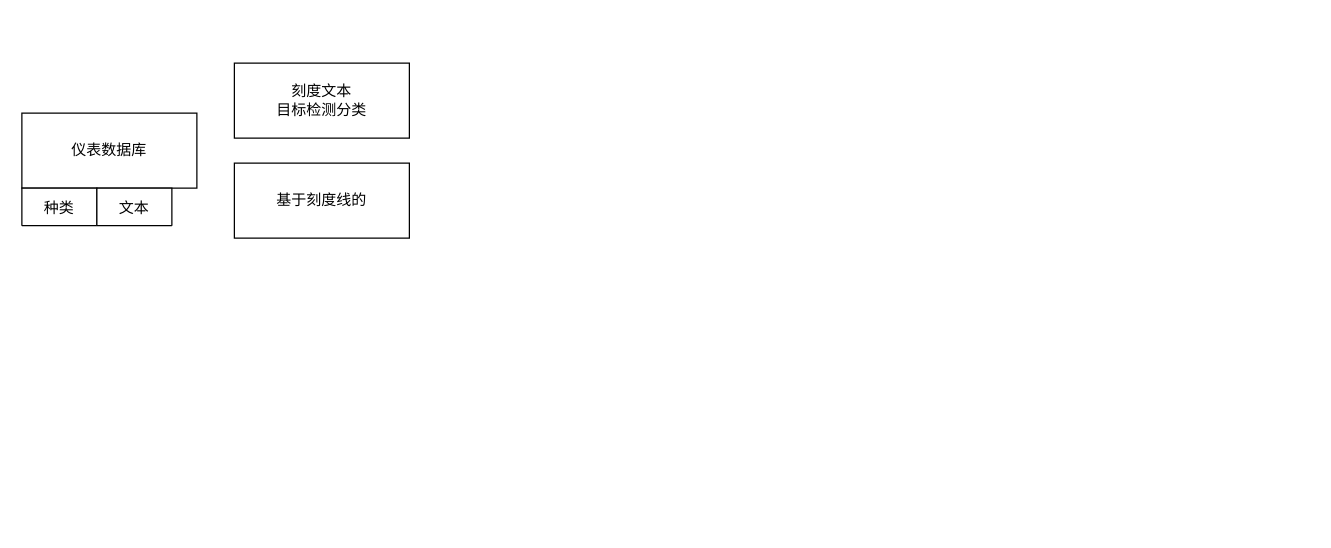
The draw.io diagram Untitled Diagram.drawio in paleblackless/diagrams, before the edit. Source tidied: cells renumbered, new cells numbered last; positions are measured from the earlier drawing's top-left corner, leaving out a move shared by most shapes. Both pictures are drawn from the tidied source at 125%, with x=0, y=0 at pixel (21, 62).
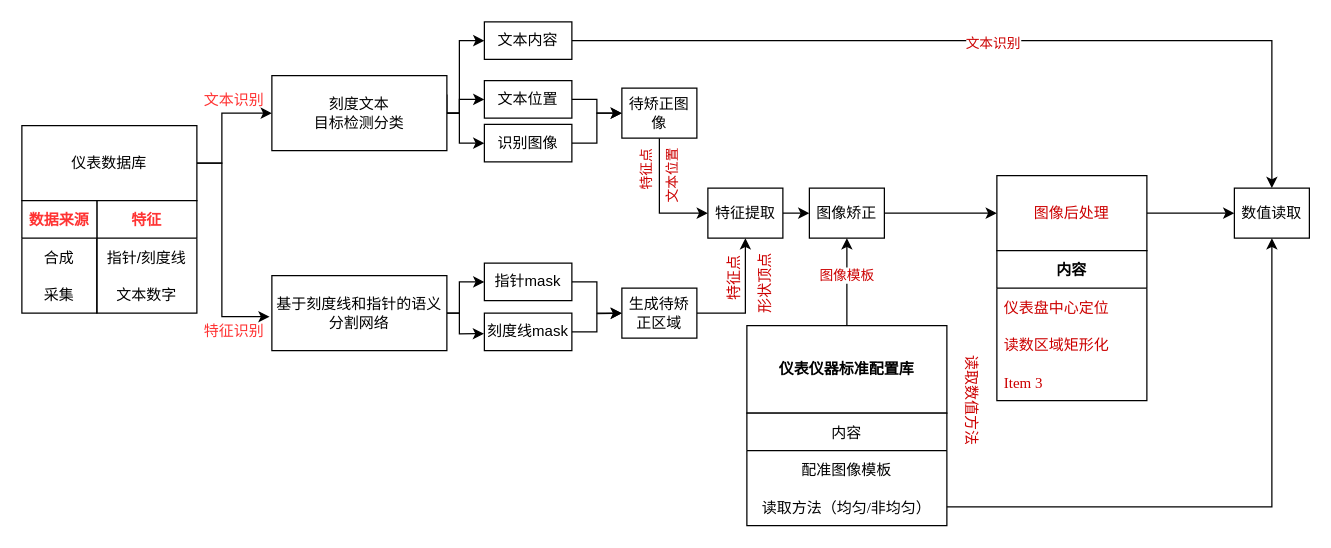
After the change.

Change to the diagram source:
```diff
@@
+    <mxCell id="7" style="edgeStyle=orthogonalEdgeStyle;rounded=0;jettySize=auto;html=1;entryX=0;entryY=0.5;entryDx=0;entryDy=0;fontFamily=Times New Roman;fontColor=#FF3333;" parent="1" edge="1" source="2" target="4">
+      <mxGeometry relative="1" as="geometry">
+        <Array as="points">
+          <mxPoint x="160" y="80" />
+          <mxPoint x="160" y="40" />
+        </Array>
+      </mxGeometry>
+    </mxCell>
+    <mxCell id="8" style="edgeStyle=orthogonalEdgeStyle;rounded=0;jettySize=auto;html=1;exitX=1;exitY=0.5;exitDx=0;exitDy=0;entryX=-0.013;entryY=0.547;entryDx=0;entryDy=0;entryPerimeter=0;fontFamily=Times New Roman;fontColor=#FF3333;" parent="1" edge="1" source="2" target="5">
+      <mxGeometry relative="1" as="geometry">
+        <Array as="points">
+          <mxPoint x="160" y="80" />
+          <mxPoint x="160" y="203" />
+        </Array>
+      </mxGeometry>
+    </mxCell>
     <mxCell id="2" value="仪表数据库" style="rounded=0;whiteSpace=wrap;html=1;" parent="1" vertex="1">
-      <mxGeometry y="40" width="140" height="60" as="geometry" />
+      <mxGeometry y="50" width="140" height="60" as="geometry" />
     </mxCell>
-    <mxCell id="3" value="种类" style="swimlane;fontStyle=0;horizontal=1;startSize=30;" parent="1" vertex="1" collapsed="1">
-      <mxGeometry y="100" width="60" height="30" as="geometry" />
-    </mxCell>
+    <mxCell id="9" style="edgeStyle=orthogonalEdgeStyle;rounded=0;jettySize=auto;html=1;exitX=1;exitY=0.5;exitDx=0;exitDy=0;entryX=0;entryY=0.5;entryDx=0;entryDy=0;fontFamily=Times New Roman;fontColor=#FF3333;" parent="1" edge="1" source="4" target="29">
+      <mxGeometry relative="1" as="geometry">
+        <Array as="points">
+          <mxPoint x="350" y="40" />
+          <mxPoint x="350" y="-18" />
+        </Array>
+      </mxGeometry>
+    </mxCell>
+    <mxCell id="10" style="edgeStyle=orthogonalEdgeStyle;rounded=0;jettySize=auto;html=1;exitX=1;exitY=0.25;exitDx=0;exitDy=0;entryX=0;entryY=0.5;entryDx=0;entryDy=0;fontFamily=Times New Roman;fontColor=#FF3333;" parent="1" edge="1" source="4" target="25">
+      <mxGeometry relative="1" as="geometry">
+        <Array as="points">
+          <mxPoint x="340" y="40" />
+          <mxPoint x="350" y="40" />
+          <mxPoint x="350" y="29" />
+        </Array>
+      </mxGeometry>
+    </mxCell>
+    <mxCell id="11" style="edgeStyle=orthogonalEdgeStyle;rounded=0;jettySize=auto;html=1;exitX=1;exitY=0.5;exitDx=0;exitDy=0;entryX=0;entryY=0.5;entryDx=0;entryDy=0;fontFamily=Times New Roman;fontColor=#CC0000;" parent="1" edge="1" source="4" target="45">
+      <mxGeometry relative="1" as="geometry">
+        <Array as="points">
+          <mxPoint x="350" y="40" />
+          <mxPoint x="350" y="64" />
+        </Array>
+      </mxGeometry>
+    </mxCell>
     <mxCell id="4" value="刻度文本&lt;br&gt;目标检测分类" style="rounded=0;whiteSpace=wrap;html=1;" parent="1" vertex="1">
-      <mxGeometry x="170" width="140" height="60" as="geometry" />
+      <mxGeometry x="200" y="10" width="140" height="60" as="geometry" />
     </mxCell>
+    <mxCell id="12" style="edgeStyle=orthogonalEdgeStyle;rounded=0;jettySize=auto;html=1;exitX=1;exitY=0.5;exitDx=0;exitDy=0;entryX=0;entryY=0.5;entryDx=0;entryDy=0;fontFamily=Times New Roman;fontColor=#FF3333;" parent="1" edge="1" source="5" target="31">
+      <mxGeometry relative="1" as="geometry">
+        <Array as="points">
+          <mxPoint x="350" y="200" />
+          <mxPoint x="350" y="175" />
+        </Array>
+      </mxGeometry>
+    </mxCell>
+    <mxCell id="13" style="edgeStyle=orthogonalEdgeStyle;rounded=0;jettySize=auto;html=1;exitX=1;exitY=0.5;exitDx=0;exitDy=0;entryX=-0.004;entryY=0.549;entryDx=0;entryDy=0;entryPerimeter=0;fontFamily=Times New Roman;fontColor=#FF3333;" parent="1" edge="1" source="5" target="33">
+      <mxGeometry relative="1" as="geometry">
+        <Array as="points">
+          <mxPoint x="350" y="200" />
+          <mxPoint x="350" y="217" />
+        </Array>
+      </mxGeometry>
+    </mxCell>
-    <mxCell id="5" value="基于刻度线的" style="rounded=0;whiteSpace=wrap;html=1;" parent="1" vertex="1">
-      <mxGeometry x="170" y="80" width="140" height="60" as="geometry" />
+    <mxCell id="5" value="基于刻度线和指针的语义分割网络" style="rounded=0;whiteSpace=wrap;html=1;" parent="1" vertex="1">
+      <mxGeometry x="200" y="170" width="140" height="60" as="geometry" />
     </mxCell>
-    <mxCell id="6" value="文本" style="swimlane;fontStyle=0;horizontal=1;startSize=30;align=center;" parent="1" vertex="1" collapsed="1">
-      <mxGeometry x="60" y="100" width="60" height="30" as="geometry" />
-    </mxCell>
+    <mxCell id="14" style="edgeStyle=orthogonalEdgeStyle;rounded=0;jettySize=auto;html=1;exitX=1;exitY=0.5;exitDx=0;exitDy=0;entryX=0;entryY=0.5;entryDx=0;entryDy=0;fontFamily=Times New Roman;fontColor=#000000;startArrow=none;" parent="1" edge="1" source="56" target="23">
+      <mxGeometry relative="1" as="geometry" />
+    </mxCell>
+    <mxCell id="15" style="edgeStyle=orthogonalEdgeStyle;rounded=0;jettySize=auto;html=1;exitX=1;exitY=0.5;exitDx=0;exitDy=0;entryX=0;entryY=0.5;entryDx=0;entryDy=0;fontFamily=Times New Roman;fontColor=#CC0000;" parent="1" edge="1" source="16" target="56">
+      <mxGeometry relative="1" as="geometry" />
+    </mxCell>
+    <mxCell id="16" value="图像矫正" style="rounded=0;whiteSpace=wrap;html=1;align=center;" parent="1" vertex="1">
+      <mxGeometry x="630" y="100" width="60" height="40" as="geometry" />
+    </mxCell>
+    <mxCell id="17" value="特征" style="swimlane;fontStyle=1;horizontal=1;startSize=30;fontColor=#FF3333;" parent="1" vertex="1">
+      <mxGeometry x="60" y="110" width="80" height="90" as="geometry" />
+    </mxCell>
+    <mxCell id="18" value="指针/刻度线" style="text;strokeColor=none;fillColor=none;align=center;verticalAlign=middle;spacingLeft=4;spacingRight=4;overflow=hidden;" parent="17" vertex="1">
+      <mxGeometry y="30" width="80" height="30" as="geometry" />
+    </mxCell>
+    <mxCell id="19" value="文本数字" style="text;strokeColor=none;fillColor=none;align=center;verticalAlign=middle;spacingLeft=4;spacingRight=4;overflow=hidden;" parent="17" vertex="1">
+      <mxGeometry y="60" width="80" height="30" as="geometry" />
+    </mxCell>
+    <mxCell id="20" value="数据来源" style="swimlane;fontStyle=1;horizontal=1;startSize=30;align=center;fontColor=#FF3333;" parent="1" vertex="1">
+      <mxGeometry y="110" width="60" height="90" as="geometry" />
+    </mxCell>
+    <mxCell id="21" value="合成" style="text;strokeColor=none;fillColor=none;align=center;verticalAlign=middle;spacingLeft=4;spacingRight=4;overflow=hidden;" parent="20" vertex="1">
+      <mxGeometry y="30" width="60" height="30" as="geometry" />
+    </mxCell>
+    <mxCell id="22" value="采集" style="text;strokeColor=none;fillColor=none;align=center;verticalAlign=middle;spacingLeft=4;spacingRight=4;overflow=hidden;" parent="20" vertex="1">
+      <mxGeometry y="60" width="60" height="30" as="geometry" />
+    </mxCell>
+    <mxCell id="23" value="数值读取" style="rounded=0;whiteSpace=wrap;html=1;align=center;" parent="1" vertex="1">
+      <mxGeometry x="970" y="100" width="60" height="40" as="geometry" />
+    </mxCell>
+    <mxCell id="24" style="edgeStyle=orthogonalEdgeStyle;rounded=0;jettySize=auto;html=1;exitX=1;exitY=0.5;exitDx=0;exitDy=0;entryX=0;entryY=0.5;entryDx=0;entryDy=0;fontFamily=Times New Roman;fontColor=#FF3333;" parent="1" edge="1" source="25" target="35">
+      <mxGeometry relative="1" as="geometry" />
+    </mxCell>
+    <mxCell id="25" value="文本位置" style="rounded=0;whiteSpace=wrap;html=1;" parent="1" vertex="1">
+      <mxGeometry x="370" y="14" width="70" height="30" as="geometry" />
+    </mxCell>
+    <mxCell id="26" style="edgeStyle=orthogonalEdgeStyle;rounded=0;orthogonalLoop=1;jettySize=auto;html=1;exitX=0.5;exitY=1;exitDx=0;exitDy=0;fontFamily=Times New Roman;fontColor=#FF3333;" parent="1" edge="1">
+      <mxGeometry relative="1" as="geometry">
+        <mxPoint x="405" y="-3" as="sourcePoint" />
+        <mxPoint x="405" y="-3" as="targetPoint" />
+      </mxGeometry>
+    </mxCell>
+    <mxCell id="27" style="edgeStyle=orthogonalEdgeStyle;rounded=0;jettySize=auto;html=1;exitX=1;exitY=0.5;exitDx=0;exitDy=0;entryX=0.5;entryY=0;entryDx=0;entryDy=0;fontFamily=Times New Roman;fontColor=#CC0000;" parent="1" edge="1" source="29" target="23">
+      <mxGeometry relative="1" as="geometry" />
+    </mxCell>
+    <mxCell id="28" value="文本识别" style="edgeLabel;html=1;align=center;verticalAlign=middle;fontFamily=Times New Roman;fontColor=#CC0000;" parent="27" vertex="1">
+      <mxGeometry x="-0.01" y="-1" relative="1" as="geometry" />
+    </mxCell>
+    <mxCell id="29" value="文本内容" style="rounded=0;whiteSpace=wrap;html=1;" parent="1" vertex="1">
+      <mxGeometry x="370" y="-33" width="70" height="30" as="geometry" />
+    </mxCell>
+    <mxCell id="30" style="edgeStyle=orthogonalEdgeStyle;rounded=0;jettySize=auto;html=1;exitX=1;exitY=0.5;exitDx=0;exitDy=0;entryX=0;entryY=0.5;entryDx=0;entryDy=0;fontFamily=Times New Roman;fontColor=#CC0000;" parent="1" edge="1" source="31" target="47">
+      <mxGeometry relative="1" as="geometry" />
+    </mxCell>
+    <mxCell id="31" value="指针mask" style="rounded=0;whiteSpace=wrap;html=1;" parent="1" vertex="1">
+      <mxGeometry x="370" y="160" width="70" height="30" as="geometry" />
+    </mxCell>
+    <mxCell id="32" style="edgeStyle=orthogonalEdgeStyle;rounded=0;jettySize=auto;html=1;exitX=1;exitY=0.5;exitDx=0;exitDy=0;fontFamily=Times New Roman;fontColor=#CC0000;" parent="1" edge="1" source="33">
+      <mxGeometry relative="1" as="geometry">
+        <mxPoint x="480" y="200" as="targetPoint" />
+      </mxGeometry>
+    </mxCell>
+    <mxCell id="33" value="刻度线mask" style="rounded=0;whiteSpace=wrap;html=1;" parent="1" vertex="1">
+      <mxGeometry x="370" y="200" width="70" height="30" as="geometry" />
+    </mxCell>
+    <mxCell id="34" style="edgeStyle=orthogonalEdgeStyle;rounded=0;jettySize=auto;html=1;exitX=0.5;exitY=1;exitDx=0;exitDy=0;entryX=0;entryY=0.5;entryDx=0;entryDy=0;fontFamily=Times New Roman;fontColor=#CC0000;" parent="1" edge="1" source="35" target="49">
+      <mxGeometry x="-0.33" y="-20" relative="1" as="geometry" />
+    </mxCell>
+    <mxCell id="35" value="待矫正图像" style="rounded=0;whiteSpace=wrap;html=1;align=center;" parent="1" vertex="1">
+      <mxGeometry x="480" y="20" width="60" height="40" as="geometry" />
+    </mxCell>
+    <mxCell id="36" value="文本识别" style="text;html=1;strokeColor=none;fillColor=none;align=center;verticalAlign=middle;whiteSpace=wrap;rounded=0;fontFamily=Times New Roman;fontColor=#FF3333;" parent="1" vertex="1">
+      <mxGeometry x="140" y="20" width="60" height="20" as="geometry" />
+    </mxCell>
+    <mxCell id="37" value="特征识别" style="text;html=1;strokeColor=none;fillColor=none;align=center;verticalAlign=middle;whiteSpace=wrap;rounded=0;fontFamily=Times New Roman;fontColor=#FF3333;" parent="1" vertex="1">
+      <mxGeometry x="140" y="205" width="60" height="20" as="geometry" />
+    </mxCell>
+    <mxCell id="38" style="edgeStyle=orthogonalEdgeStyle;rounded=0;jettySize=auto;html=1;exitX=0.5;exitY=0;exitDx=0;exitDy=0;entryX=0.5;entryY=1;entryDx=0;entryDy=0;fontFamily=Times New Roman;fontColor=#000000;" parent="1" edge="1" source="40" target="16">
+      <mxGeometry relative="1" as="geometry" />
+    </mxCell>
+    <mxCell id="39" value="图像模板" style="edgeLabel;html=1;align=center;verticalAlign=middle;fontFamily=Times New Roman;fontColor=#CC0000;" parent="38" vertex="1">
+      <mxGeometry x="0.18" y="1" relative="1" as="geometry" />
+    </mxCell>
+    <mxCell id="40" value="仪表仪器标准配置库" style="rounded=0;whiteSpace=wrap;html=1;fontFamily=Times New Roman;fontColor=#000000;align=center;fontStyle=1;" parent="1" vertex="1">
+      <mxGeometry x="580" y="210" width="160" height="70" as="geometry" />
+    </mxCell>
+    <mxCell id="41" value="内容" style="swimlane;fontStyle=0;horizontal=1;startSize=30;fontFamily=Times New Roman;fontColor=#000000;align=center;" parent="1" vertex="1">
+      <mxGeometry x="580" y="280" width="160" height="90" as="geometry" />
+    </mxCell>
+    <mxCell id="42" value="配准图像模板" style="text;strokeColor=none;fillColor=none;align=center;verticalAlign=middle;spacingLeft=4;spacingRight=4;overflow=hidden;fontFamily=Times New Roman;fontColor=#000000;" parent="41" vertex="1">
+      <mxGeometry y="30" width="160" height="30" as="geometry" />
+    </mxCell>
+    <mxCell id="43" value="读取方法（均匀/非均匀）" style="text;strokeColor=none;fillColor=none;align=center;verticalAlign=middle;spacingLeft=4;spacingRight=4;overflow=hidden;points=[[0,0.5],[1,0.5]];portConstraint=eastwest;fontFamily=Times New Roman;fontColor=#000000;" parent="41" vertex="1">
+      <mxGeometry y="60" width="160" height="30" as="geometry" />
+    </mxCell>
+    <mxCell id="44" style="edgeStyle=orthogonalEdgeStyle;rounded=0;jettySize=auto;html=1;exitX=1;exitY=0.5;exitDx=0;exitDy=0;entryX=0;entryY=0.5;entryDx=0;entryDy=0;fontFamily=Times New Roman;fontColor=#CC0000;" parent="1" edge="1" source="45" target="35">
+      <mxGeometry relative="1" as="geometry" />
+    </mxCell>
+    <mxCell id="45" value="识别图像" style="rounded=0;whiteSpace=wrap;html=1;" parent="1" vertex="1">
+      <mxGeometry x="370" y="49" width="70" height="30" as="geometry" />
+    </mxCell>
+    <mxCell id="46" style="edgeStyle=orthogonalEdgeStyle;rounded=0;jettySize=auto;html=1;exitX=1;exitY=0.5;exitDx=0;exitDy=0;entryX=0.5;entryY=1;entryDx=0;entryDy=0;fontFamily=Times New Roman;fontColor=#CC0000;" parent="1" edge="1" source="47" target="49">
+      <mxGeometry relative="1" as="geometry" />
+    </mxCell>
+    <mxCell id="47" value="生成待矫正区域" style="rounded=0;whiteSpace=wrap;html=1;align=center;" parent="1" vertex="1">
+      <mxGeometry x="480" y="180" width="60" height="40" as="geometry" />
+    </mxCell>
+    <mxCell id="48" style="edgeStyle=orthogonalEdgeStyle;rounded=0;jettySize=auto;html=1;exitX=1;exitY=0.5;exitDx=0;exitDy=0;entryX=0;entryY=0.5;entryDx=0;entryDy=0;fontFamily=Times New Roman;fontColor=#CC0000;" parent="1" edge="1" source="49" target="16">
+      <mxGeometry relative="1" as="geometry" />
+    </mxCell>
+    <mxCell id="49" value="特征提取" style="rounded=0;whiteSpace=wrap;html=1;align=center;" parent="1" vertex="1">
+      <mxGeometry x="548.8" y="100" width="60" height="40" as="geometry" />
+    </mxCell>
+    <mxCell id="50" value="特征点" style="text;html=1;strokeColor=none;fillColor=none;align=center;verticalAlign=middle;whiteSpace=wrap;rounded=0;fontFamily=Times New Roman;fontColor=#CC0000;rotation=-90;" parent="1" vertex="1">
+      <mxGeometry x="548.8" y="160" width="42.5" height="25" as="geometry" />
+    </mxCell>
+    <mxCell id="51" value="形状顶点" style="text;html=1;strokeColor=none;fillColor=none;align=center;verticalAlign=middle;whiteSpace=wrap;rounded=0;fontFamily=Times New Roman;fontColor=#CC0000;rotation=-90;" parent="1" vertex="1">
+      <mxGeometry x="570" y="163.8" width="50" height="25" as="geometry" />
+    </mxCell>
+    <mxCell id="52" value="&lt;span style=&quot;font-size: 11px ; background-color: rgb(255 , 255 , 255)&quot;&gt;文本位置&lt;/span&gt;" style="text;html=1;strokeColor=none;fillColor=none;align=center;verticalAlign=middle;whiteSpace=wrap;rounded=0;fontFamily=Times New Roman;fontColor=#CC0000;rotation=-90;" parent="1" vertex="1">
+      <mxGeometry x="491" y="80" width="58.8" height="20" as="geometry" />
+    </mxCell>
+    <mxCell id="53" value="&lt;span style=&quot;font-size: 11px ; background-color: rgb(255 , 255 , 255)&quot;&gt;特征点&lt;/span&gt;" style="text;html=1;strokeColor=none;fillColor=none;align=center;verticalAlign=middle;whiteSpace=wrap;rounded=0;fontFamily=Times New Roman;fontColor=#CC0000;rotation=-90;" parent="1" vertex="1">
+      <mxGeometry x="480" y="75" width="40" height="20" as="geometry" />
+    </mxCell>
+    <mxCell id="54" style="edgeStyle=orthogonalEdgeStyle;rounded=0;jettySize=auto;html=1;exitX=1;exitY=0.5;exitDx=0;exitDy=0;entryX=0.5;entryY=1;entryDx=0;entryDy=0;fontFamily=Times New Roman;fontColor=#CC0000;" parent="1" edge="1" source="43" target="23">
+      <mxGeometry relative="1" as="geometry" />
+    </mxCell>
+    <mxCell id="55" value="读取数值方法" style="text;html=1;strokeColor=none;fillColor=none;align=center;verticalAlign=middle;whiteSpace=wrap;rounded=0;fontFamily=Times New Roman;fontColor=#CC0000;rotation=90;" parent="1" vertex="1">
+      <mxGeometry x="700" y="260" width="120" height="20" as="geometry" />
+    </mxCell>
+    <mxCell id="56" value="图像后处理" style="rounded=0;whiteSpace=wrap;html=1;fontFamily=Times New Roman;fontColor=#CC0000;align=center;" parent="1" vertex="1">
+      <mxGeometry x="780" y="90" width="120" height="60" as="geometry" />
+    </mxCell>
+    <mxCell id="57" value="内容" style="swimlane;fontStyle=1;horizontal=1;startSize=30;fontFamily=Times New Roman;fontColor=#000000;align=center;" parent="1" vertex="1">
+      <mxGeometry x="780" y="150" width="120" height="120" as="geometry" />
+    </mxCell>
+    <mxCell id="58" value="仪表盘中心定位" style="text;strokeColor=none;fillColor=none;align=left;verticalAlign=middle;spacingLeft=4;spacingRight=4;overflow=hidden;fontFamily=Times New Roman;fontColor=#CC0000;" parent="57" vertex="1">
+      <mxGeometry y="30" width="120" height="30" as="geometry" />
+    </mxCell>
+    <mxCell id="59" value="读数区域矩形化" style="text;strokeColor=none;fillColor=none;align=left;verticalAlign=middle;spacingLeft=4;spacingRight=4;overflow=hidden;fontFamily=Times New Roman;fontColor=#CC0000;" parent="57" vertex="1">
+      <mxGeometry y="60" width="120" height="30" as="geometry" />
+    </mxCell>
+    <mxCell id="60" value="Item 3" style="text;strokeColor=none;fillColor=none;align=left;verticalAlign=middle;spacingLeft=4;spacingRight=4;overflow=hidden;fontFamily=Times New Roman;fontColor=#CC0000;" parent="57" vertex="1">
+      <mxGeometry y="90" width="120" height="30" as="geometry" />
+    </mxCell>
```
